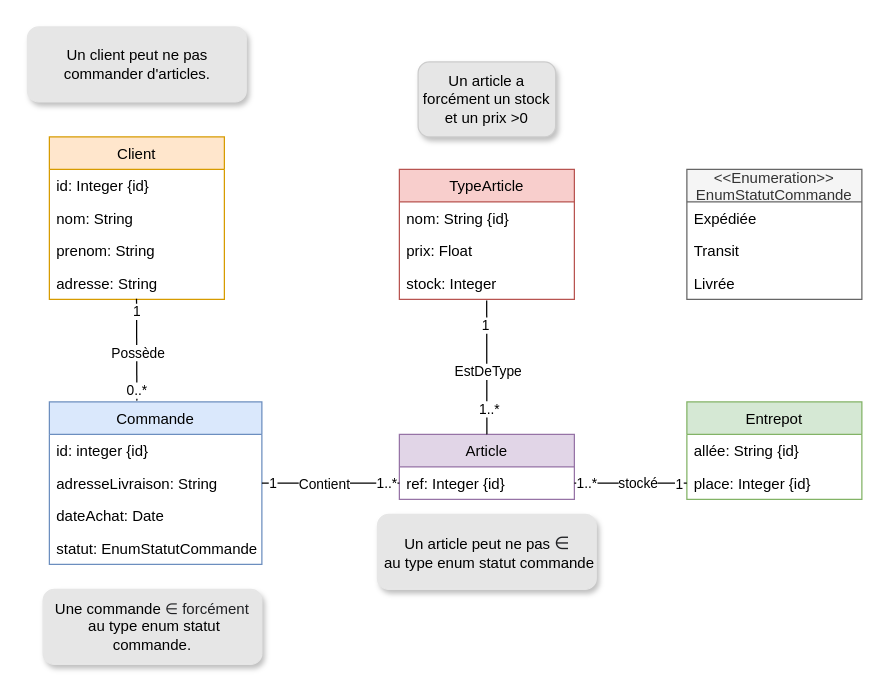
This is Projet.drawio from riad73/INF403, a draw.io file, before an edit. Source tidied: cells renumbered, new cells numbered last; positions are measured from the earlier drawing's top-left corner, leaving out a move shared by most shapes. Both pictures are drawn from the tidied source at 125%, with x=0, y=0 at pixel (26, 26).
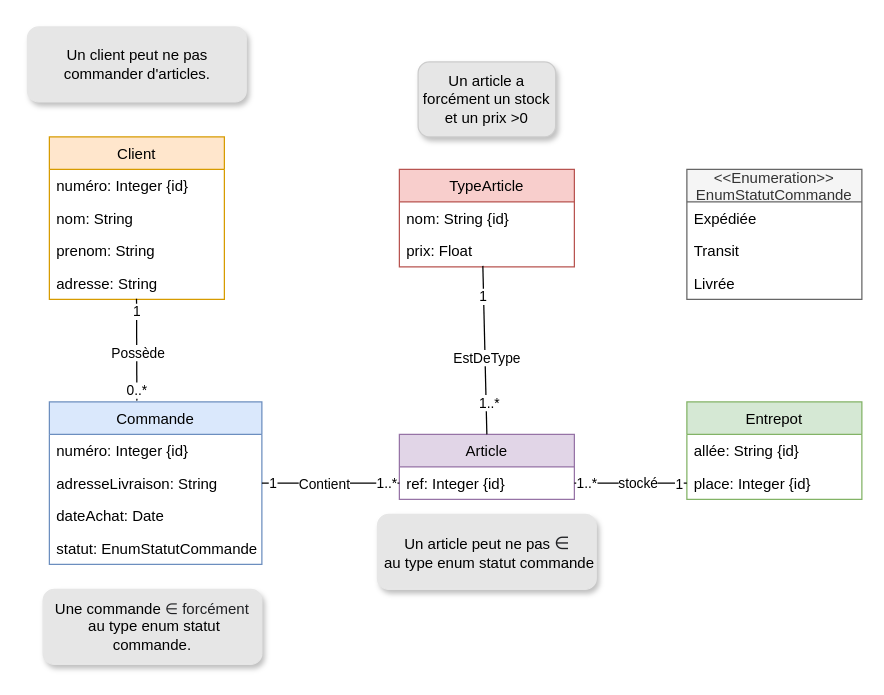
The same page after the edit.

The change refers to these unchanged cells:
```xml
<mxCell id="2" value="Client" style="swimlane;fontStyle=0;horizontal=1;startSize=26;fillColor=#ffe6cc;strokeColor=#d79b00;" parent="1" vertex="1">
  <mxGeometry x="18" y="88" width="140" height="130" as="geometry" />
</mxCell>
<mxCell id="7" value="Article" style="swimlane;fontStyle=0;horizontal=1;startSize=26;fillColor=#e1d5e7;strokeColor=#9673a6;" parent="1" vertex="1">
  <mxGeometry x="298" y="326" width="140" height="52" as="geometry" />
</mxCell>
<mxCell id="12" value="Commande" style="swimlane;fontStyle=0;horizontal=1;startSize=26;fillColor=#dae8fc;strokeColor=#6c8ebf;" parent="1" vertex="1">
  <mxGeometry x="18" y="300" width="170" height="130" as="geometry" />
</mxCell>
<mxCell id="31" value="prix: Float" style="text;strokeColor=none;fillColor=none;align=left;verticalAlign=top;spacingLeft=4;spacingRight=4;overflow=hidden;points=[[0,0.5],[1,0.5]];portConstraint=eastwest;" parent="29" vertex="1">
  <mxGeometry y="52" width="140" height="26" as="geometry" />
</mxCell>
```

Diff of the diagram source:
```diff
@@
-    <mxCell id="3" value="id: Integer {id}" style="text;strokeColor=none;fillColor=none;align=left;verticalAlign=top;spacingLeft=4;spacingRight=4;overflow=hidden;" parent="2" vertex="1">
+    <mxCell id="3" value="numéro: Integer {id}" style="text;strokeColor=none;fillColor=none;align=left;verticalAlign=top;spacingLeft=4;spacingRight=4;overflow=hidden;" parent="2" vertex="1">
       <mxGeometry y="26" width="140" height="26" as="geometry" />
     </mxCell>
@@
-    <mxCell id="13" value="id: integer {id}" style="text;strokeColor=none;fillColor=none;align=left;verticalAlign=top;spacingLeft=4;spacingRight=4;overflow=hidden;" parent="12" vertex="1">
+    <mxCell id="13" value="numéro: Integer {id}" style="text;strokeColor=none;fillColor=none;align=left;verticalAlign=top;spacingLeft=4;spacingRight=4;overflow=hidden;" parent="12" vertex="1">
       <mxGeometry y="26" width="170" height="26" as="geometry" />
     </mxCell>
@@
     <mxCell id="29" value="TypeArticle" style="swimlane;fontStyle=0;horizontal=1;startSize=26;fillColor=#f8cecc;strokeColor=#b85450;" parent="1" vertex="1">
-      <mxGeometry x="298" y="114" width="140" height="104" as="geometry" />
+      <mxGeometry x="298" y="114" width="140" height="78" as="geometry" />
     </mxCell>
@@
-    <mxCell id="32" value="stock: Integer" style="text;strokeColor=none;fillColor=none;align=left;verticalAlign=top;spacingLeft=4;spacingRight=4;overflow=hidden;points=[[0,0.5],[1,0.5]];portConstraint=eastwest;" parent="29" vertex="1">
-      <mxGeometry y="78" width="140" height="26" as="geometry" />
-    </mxCell>
-    <mxCell id="33" style="endArrow=none;html=1;exitX=0.5;exitY=0;exitDx=0;exitDy=0;entryX=0.499;entryY=1.032;entryDx=0;entryDy=0;entryPerimeter=0;" parent="1" edge="1" source="7" target="32">
+    <mxCell id="33" style="endArrow=none;html=1;exitX=0.5;exitY=0;exitDx=0;exitDy=0;entryX=0.477;entryY=0.969;entryDx=0;entryDy=0;entryPerimeter=0;" parent="1" edge="1" source="7" target="31">
       <mxGeometry relative="1" as="geometry" />
     </mxCell>
```
